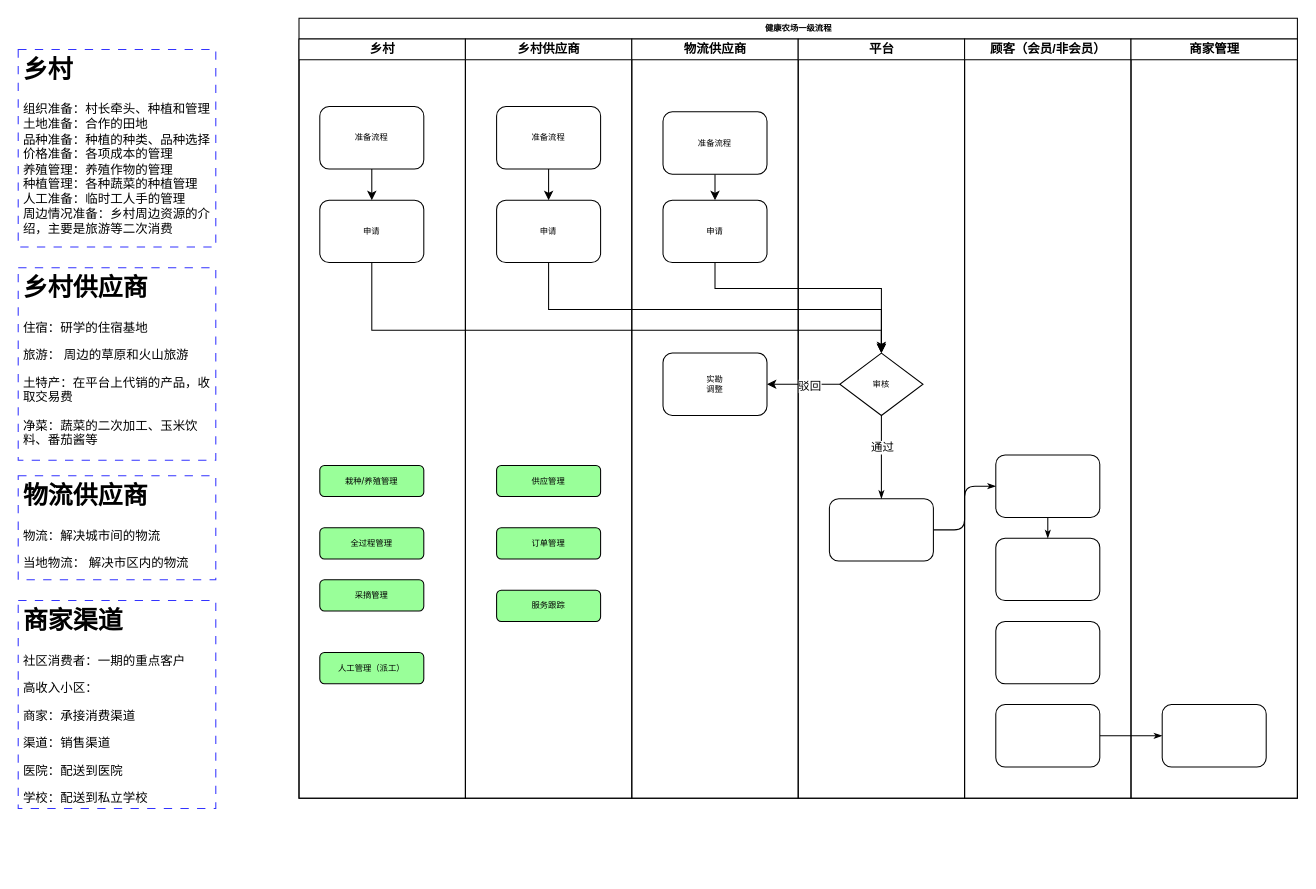
This is page "1---平台全流程" (1 of 6) of Graph/1---健康农场---全流程.drawio from ManGuo/HealthFarm, a draw.io file, before an edit. Source tidied: cells renumbered, new cells numbered last; positions are measured from the earlier drawing's top-left corner, leaving out a move shared by most shapes. Both pictures are drawn from the tidied source at 104%, with x=0, y=0 at pixel (18, 18).
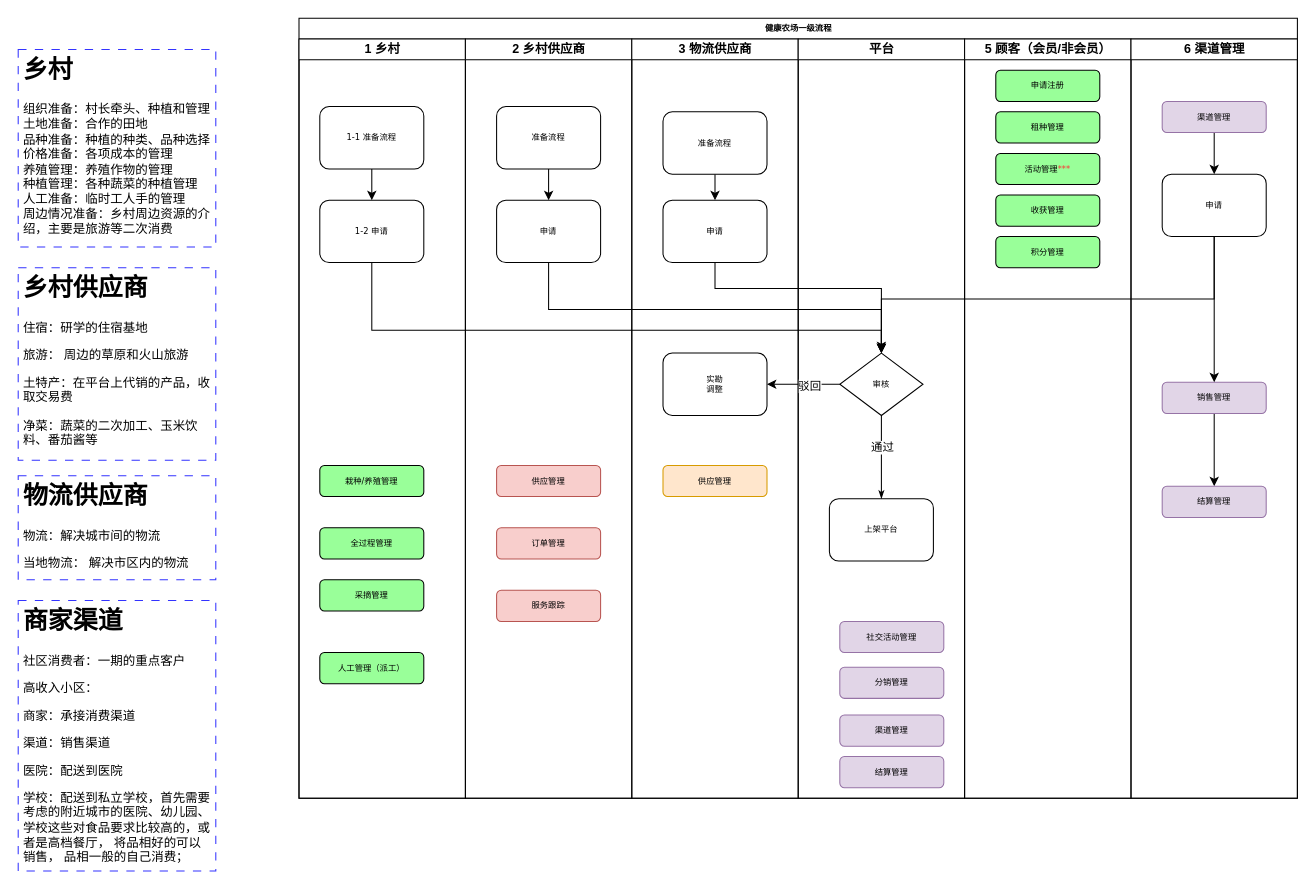
After the change.

Commit message:
更新1---健康农场---全流程.drawio

The change refers to these unchanged cells:
```xml
<mxCell id="2" value="健康农场一级流程" style="swimlane;html=1;startSize=20;rounded=0;shadow=0;labelBackgroundColor=none;strokeWidth=1;fontFamily=Verdana;fontSize=8;align=center;" parent="1" vertex="1">
  <mxGeometry x="270" width="960" height="750" as="geometry" />
</mxCell>
<mxCell id="26" value="平台" style="swimlane;html=1;startSize=20;" parent="2" vertex="1">
  <mxGeometry x="480" y="20" width="160" height="730" as="geometry" />
</mxCell>
<mxCell id="27" value="审核" style="rhombus;whiteSpace=wrap;html=1;rounded=0;shadow=0;labelBackgroundColor=none;strokeWidth=1;fontFamily=Verdana;fontSize=8;align=center;" parent="26" vertex="1">
  <mxGeometry x="40" y="302" width="80" height="60" as="geometry" />
</mxCell>
```

What changed in the source:
```diff
@@
-    <mxCell id="3" value="乡村" style="swimlane;html=1;startSize=20;" parent="2" vertex="1">
+    <mxCell id="3" value="1 乡村" style="swimlane;html=1;startSize=20;" parent="2" vertex="1">
       <mxGeometry y="20" width="160" height="730" as="geometry" />
     </mxCell>
@@
-    <mxCell id="5" value="准备流程" style="rounded=1;whiteSpace=wrap;html=1;shadow=0;labelBackgroundColor=none;strokeWidth=1;fontFamily=Verdana;fontSize=8;align=center;" parent="3" vertex="1">
+    <mxCell id="5" value="1-1 准备流程" style="rounded=1;whiteSpace=wrap;html=1;shadow=0;labelBackgroundColor=none;strokeWidth=1;fontFamily=Verdana;fontSize=8;align=center;" parent="3" vertex="1">
       <mxGeometry x="20" y="65" width="100" height="60" as="geometry" />
     </mxCell>
-    <mxCell id="6" value="申请" style="rounded=1;whiteSpace=wrap;html=1;shadow=0;labelBackgroundColor=none;strokeWidth=1;fontFamily=Verdana;fontSize=8;align=center;" parent="3" vertex="1">
+    <mxCell id="6" value="1-2 申请" style="rounded=1;whiteSpace=wrap;html=1;shadow=0;labelBackgroundColor=none;strokeWidth=1;fontFamily=Verdana;fontSize=8;align=center;" parent="3" vertex="1">
       <mxGeometry x="20" y="155" width="100" height="60" as="geometry" />
     </mxCell>
@@
-    <mxCell id="11" style="edgeStyle=orthogonalEdgeStyle;rounded=1;html=1;labelBackgroundColor=none;startArrow=none;startFill=0;startSize=5;endArrow=classicThin;endFill=1;endSize=5;jettySize=auto;strokeWidth=1;fontFamily=Verdana;fontSize=8;" parent="2" edge="1" source="35" target="38">
-      <mxGeometry relative="1" as="geometry" />
-    </mxCell>
-    <mxCell id="12" style="edgeStyle=orthogonalEdgeStyle;rounded=1;html=1;labelBackgroundColor=none;startArrow=none;startFill=0;startSize=5;endArrow=classicThin;endFill=1;endSize=5;jettySize=auto;strokeWidth=1;fontFamily=Verdana;fontSize=8;" parent="2" edge="1" source="28" target="32">
-      <mxGeometry relative="1" as="geometry" />
-    </mxCell>
-    <mxCell id="13" value="乡村供应商" style="swimlane;html=1;startSize=20;" parent="2" vertex="1">
+    <mxCell id="13" value="2 乡村供应商" style="swimlane;html=1;startSize=20;" parent="2" vertex="1">
       <mxGeometry x="160" y="20" width="160" height="730" as="geometry" />
     </mxCell>
@@
-    <mxCell id="17" value="供应管理" style="rounded=1;whiteSpace=wrap;html=1;shadow=0;labelBackgroundColor=none;strokeWidth=1;fontFamily=Verdana;fontSize=8;align=center;fillColor=#99FF99;" parent="13" vertex="1">
+    <mxCell id="17" value="供应管理" style="rounded=1;whiteSpace=wrap;html=1;shadow=0;labelBackgroundColor=none;strokeWidth=1;fontFamily=Verdana;fontSize=8;align=center;fillColor=#f8cecc;strokeColor=#b85450;" parent="13" vertex="1">
       <mxGeometry x="30" y="410" width="100" height="30" as="geometry" />
     </mxCell>
-    <mxCell id="18" value="订单管理" style="rounded=1;whiteSpace=wrap;html=1;shadow=0;labelBackgroundColor=none;strokeWidth=1;fontFamily=Verdana;fontSize=8;align=center;fillColor=#99FF99;" parent="13" vertex="1">
+    <mxCell id="18" value="订单管理" style="rounded=1;whiteSpace=wrap;html=1;shadow=0;labelBackgroundColor=none;strokeWidth=1;fontFamily=Verdana;fontSize=8;align=center;fillColor=#f8cecc;strokeColor=#b85450;" parent="13" vertex="1">
       <mxGeometry x="30" y="470" width="100" height="30" as="geometry" />
     </mxCell>
-    <mxCell id="19" value="服务跟踪" style="rounded=1;whiteSpace=wrap;html=1;shadow=0;labelBackgroundColor=none;strokeWidth=1;fontFamily=Verdana;fontSize=8;align=center;fillColor=#99FF99;" parent="13" vertex="1">
+    <mxCell id="19" value="服务跟踪" style="rounded=1;whiteSpace=wrap;html=1;shadow=0;labelBackgroundColor=none;strokeWidth=1;fontFamily=Verdana;fontSize=8;align=center;fillColor=#f8cecc;strokeColor=#b85450;" parent="13" vertex="1">
       <mxGeometry x="30" y="530" width="100" height="30" as="geometry" />
     </mxCell>
-    <mxCell id="20" value="物流供应商" style="swimlane;html=1;startSize=20;" parent="2" vertex="1">
+    <mxCell id="20" value="3 物流供应商" style="swimlane;html=1;startSize=20;" parent="2" vertex="1">
       <mxGeometry x="320" y="20" width="160" height="730" as="geometry" />
     </mxCell>
@@
+    <mxCell id="47" value="供应管理" style="rounded=1;whiteSpace=wrap;html=1;shadow=0;labelBackgroundColor=none;strokeWidth=1;fontFamily=Verdana;fontSize=8;align=center;fillColor=#ffe6cc;strokeColor=#d79b00;" parent="20" vertex="1">
+      <mxGeometry x="30" y="410" width="100" height="30" as="geometry" />
+    </mxCell>
@@
-    <mxCell id="28" style="rounded=1;whiteSpace=wrap;html=1;shadow=0;labelBackgroundColor=none;strokeWidth=1;fontFamily=Verdana;fontSize=8;align=center;" parent="26" vertex="1">
+    <mxCell id="28" value="上架平台" style="rounded=1;whiteSpace=wrap;html=1;shadow=0;labelBackgroundColor=none;strokeWidth=1;fontFamily=Verdana;fontSize=8;align=center;" parent="26" vertex="1">
       <mxGeometry x="30" y="442" width="100" height="60" as="geometry" />
     </mxCell>
@@
+    <mxCell id="48" value="社交活动管理" style="rounded=1;whiteSpace=wrap;html=1;shadow=0;labelBackgroundColor=none;strokeWidth=1;fontFamily=Verdana;fontSize=8;align=center;fillColor=#e1d5e7;strokeColor=#9673a6;" parent="26" vertex="1">
+      <mxGeometry x="40" y="560" width="100" height="30" as="geometry" />
+    </mxCell>
+    <mxCell id="49" value="分销管理" style="rounded=1;whiteSpace=wrap;html=1;shadow=0;labelBackgroundColor=none;strokeWidth=1;fontFamily=Verdana;fontSize=8;align=center;fillColor=#e1d5e7;strokeColor=#9673a6;" parent="26" vertex="1">
+      <mxGeometry x="40" y="604" width="100" height="30" as="geometry" />
+    </mxCell>
+    <mxCell id="50" value="渠道管理" style="rounded=1;whiteSpace=wrap;html=1;shadow=0;labelBackgroundColor=none;strokeWidth=1;fontFamily=Verdana;fontSize=8;align=center;fillColor=#e1d5e7;strokeColor=#9673a6;" parent="26" vertex="1">
+      <mxGeometry x="40" y="650" width="100" height="30" as="geometry" />
+    </mxCell>
+    <mxCell id="51" value="结算管理" style="rounded=1;whiteSpace=wrap;html=1;shadow=0;labelBackgroundColor=none;strokeWidth=1;fontFamily=Verdana;fontSize=8;align=center;fillColor=#e1d5e7;strokeColor=#9673a6;" parent="26" vertex="1">
+      <mxGeometry x="40" y="690" width="100" height="30" as="geometry" />
+    </mxCell>
-    <mxCell id="31" value="顾客（会员/非会员）" style="swimlane;html=1;startSize=20;" parent="2" vertex="1">
+    <mxCell id="31" value="5 顾客（会员/非会员）" style="swimlane;html=1;startSize=20;" parent="2" vertex="1">
       <mxGeometry x="640" y="20" width="160" height="730" as="geometry" />
     </mxCell>
-    <mxCell id="32" style="rounded=1;whiteSpace=wrap;html=1;shadow=0;labelBackgroundColor=none;strokeWidth=1;fontFamily=Verdana;fontSize=8;align=center;" parent="31" vertex="1">
-      <mxGeometry x="30" y="400" width="100" height="60" as="geometry" />
-    </mxCell>
-    <mxCell id="33" style="rounded=1;whiteSpace=wrap;html=1;shadow=0;labelBackgroundColor=none;strokeWidth=1;fontFamily=Verdana;fontSize=8;align=center;" parent="31" vertex="1">
-      <mxGeometry x="30" y="480" width="100" height="60" as="geometry" />
-    </mxCell>
-    <mxCell id="34" style="rounded=1;whiteSpace=wrap;html=1;shadow=0;labelBackgroundColor=none;strokeWidth=1;fontFamily=Verdana;fontSize=8;align=center;" parent="31" vertex="1">
-      <mxGeometry x="30" y="560" width="100" height="60" as="geometry" />
-    </mxCell>
-    <mxCell id="35" style="rounded=1;whiteSpace=wrap;html=1;shadow=0;labelBackgroundColor=none;strokeWidth=1;fontFamily=Verdana;fontSize=8;align=center;" parent="31" vertex="1">
-      <mxGeometry x="30" y="640" width="100" height="60" as="geometry" />
-    </mxCell>
-    <mxCell id="36" style="edgeStyle=orthogonalEdgeStyle;rounded=1;html=1;labelBackgroundColor=none;startArrow=none;startFill=0;startSize=5;endArrow=classicThin;endFill=1;endSize=5;jettySize=auto;strokeWidth=1;fontFamily=Verdana;fontSize=8;" parent="31" edge="1" source="32" target="33">
-      <mxGeometry relative="1" as="geometry" />
-    </mxCell>
+    <mxCell id="52" value="申请注册" style="rounded=1;whiteSpace=wrap;html=1;shadow=0;labelBackgroundColor=none;strokeWidth=1;fontFamily=Verdana;fontSize=8;align=center;fillColor=#99FF99;" parent="31" vertex="1">
+      <mxGeometry x="30" y="30" width="100" height="30" as="geometry" />
+    </mxCell>
+    <mxCell id="53" value="租种管理" style="rounded=1;whiteSpace=wrap;html=1;shadow=0;labelBackgroundColor=none;strokeWidth=1;fontFamily=Verdana;fontSize=8;align=center;fillColor=#99FF99;" parent="31" vertex="1">
+      <mxGeometry x="30" y="70" width="100" height="30" as="geometry" />
+    </mxCell>
+    <mxCell id="54" value="活动管理&lt;font color=&quot;#ff3333&quot;&gt;***&lt;/font&gt;" style="rounded=1;whiteSpace=wrap;html=1;shadow=0;labelBackgroundColor=none;strokeWidth=1;fontFamily=Verdana;fontSize=8;align=center;fillColor=#99FF99;" parent="31" vertex="1">
+      <mxGeometry x="30" y="110" width="100" height="30" as="geometry" />
+    </mxCell>
+    <mxCell id="55" value="收获管理" style="rounded=1;whiteSpace=wrap;html=1;shadow=0;labelBackgroundColor=none;strokeWidth=1;fontFamily=Verdana;fontSize=8;align=center;fillColor=#99FF99;" parent="31" vertex="1">
+      <mxGeometry x="30" y="150" width="100" height="30" as="geometry" />
+    </mxCell>
+    <mxCell id="56" value="积分管理" style="rounded=1;whiteSpace=wrap;html=1;shadow=0;labelBackgroundColor=none;strokeWidth=1;fontFamily=Verdana;fontSize=8;align=center;fillColor=#99FF99;" parent="31" vertex="1">
+      <mxGeometry x="30" y="190" width="100" height="30" as="geometry" />
+    </mxCell>
-    <mxCell id="37" value="商家管理" style="swimlane;html=1;startSize=20;" parent="2" vertex="1">
+    <mxCell id="37" value="6 渠道管理" style="swimlane;html=1;startSize=20;" parent="2" vertex="1">
       <mxGeometry x="800" y="20" width="160" height="730" as="geometry" />
     </mxCell>
-    <mxCell id="38" style="rounded=1;whiteSpace=wrap;html=1;shadow=0;labelBackgroundColor=none;strokeWidth=1;fontFamily=Verdana;fontSize=8;align=center;" parent="37" vertex="1">
-      <mxGeometry x="30" y="640" width="100" height="60" as="geometry" />
-    </mxCell>
+    <mxCell id="57" style="edgeStyle=orthogonalEdgeStyle;rounded=0;jettySize=auto;html=1;" parent="37" edge="1" source="58" target="63">
+      <mxGeometry relative="1" as="geometry" />
+    </mxCell>
+    <mxCell id="58" value="渠道管理" style="rounded=1;whiteSpace=wrap;html=1;shadow=0;labelBackgroundColor=none;strokeWidth=1;fontFamily=Verdana;fontSize=8;align=center;fillColor=#e1d5e7;strokeColor=#9673a6;" parent="37" vertex="1">
+      <mxGeometry x="30" y="60" width="100" height="30" as="geometry" />
+    </mxCell>
+    <mxCell id="59" style="edgeStyle=orthogonalEdgeStyle;rounded=0;jettySize=auto;html=1;" parent="37" edge="1" source="60" target="61">
+      <mxGeometry relative="1" as="geometry" />
+    </mxCell>
+    <mxCell id="60" value="销售管理" style="rounded=1;whiteSpace=wrap;html=1;shadow=0;labelBackgroundColor=none;strokeWidth=1;fontFamily=Verdana;fontSize=8;align=center;fillColor=#e1d5e7;strokeColor=#9673a6;" parent="37" vertex="1">
+      <mxGeometry x="30" y="330" width="100" height="30" as="geometry" />
+    </mxCell>
+    <mxCell id="61" value="结算管理" style="rounded=1;whiteSpace=wrap;html=1;shadow=0;labelBackgroundColor=none;strokeWidth=1;fontFamily=Verdana;fontSize=8;align=center;fillColor=#e1d5e7;strokeColor=#9673a6;" parent="37" vertex="1">
+      <mxGeometry x="30" y="430" width="100" height="30" as="geometry" />
+    </mxCell>
+    <mxCell id="62" style="edgeStyle=orthogonalEdgeStyle;rounded=0;jettySize=auto;html=1;entryX=0.5;entryY=0;entryDx=0;entryDy=0;" parent="37" edge="1" source="63" target="60">
+      <mxGeometry relative="1" as="geometry" />
+    </mxCell>
+    <mxCell id="63" value="申请" style="rounded=1;whiteSpace=wrap;html=1;shadow=0;labelBackgroundColor=none;strokeWidth=1;fontFamily=Verdana;fontSize=8;align=center;" parent="37" vertex="1">
+      <mxGeometry x="30" y="130" width="100" height="60" as="geometry" />
+    </mxCell>
@@
+    <mxCell id="64" style="edgeStyle=orthogonalEdgeStyle;rounded=0;jettySize=auto;html=1;entryX=0.5;entryY=0;entryDx=0;entryDy=0;" parent="2" edge="1" source="63" target="27">
+      <mxGeometry relative="1" as="geometry">
+        <Array as="points">
+          <mxPoint x="880" y="270" />
+          <mxPoint x="560" y="270" />
+        </Array>
+      </mxGeometry>
+    </mxCell>
@@
-    <mxCell id="46" value="&lt;h1&gt;商家渠道&lt;/h1&gt;&lt;p&gt;社区消费者：一期的重点客户&lt;/p&gt;&lt;p&gt;高收入小区：&lt;/p&gt;&lt;p&gt;商家：承接消费渠道&lt;/p&gt;&lt;p&gt;渠道：销售渠道&lt;/p&gt;&lt;p&gt;&lt;span style=&quot;background-color: initial;&quot;&gt;医院：配送到医院&lt;/span&gt;&lt;br&gt;&lt;/p&gt;&lt;p&gt;学校：配送到私立学校&lt;/p&gt;" style="text;html=1;strokeColor=#3333FF;fillColor=none;spacing=5;spacingTop=-20;whiteSpace=wrap;overflow=hidden;rounded=0;dashed=1;dashPattern=8 8;" parent="1" vertex="1">
-      <mxGeometry y="560" width="190" height="200" as="geometry" />
+    <mxCell id="46" value="&lt;h1&gt;商家渠道&lt;/h1&gt;&lt;p&gt;社区消费者：一期的重点客户&lt;/p&gt;&lt;p&gt;高收入小区：&lt;/p&gt;&lt;p&gt;商家：承接消费渠道&lt;/p&gt;&lt;p&gt;渠道：销售渠道&lt;/p&gt;&lt;p&gt;&lt;span style=&quot;background-color: initial;&quot;&gt;医院：配送到医院&lt;/span&gt;&lt;br&gt;&lt;/p&gt;&lt;p&gt;学校：配送到私立学校，首先需要考虑的附近城市的医院、幼儿园、学校这些对食品要求比较高的，或者是高档餐厅， 将品相好的可以销售， 品相一般的自己消费；&lt;/p&gt;&lt;div class=&quot;mind-clipboard&quot;&gt;&lt;div&gt;&lt;br&gt;&lt;/div&gt;&lt;/div&gt;" style="text;html=1;strokeColor=#3333FF;fillColor=none;spacing=5;spacingTop=-20;whiteSpace=wrap;overflow=hidden;rounded=0;dashed=1;dashPattern=8 8;" parent="1" vertex="1">
+      <mxGeometry y="560" width="190" height="260" as="geometry" />
     </mxCell>
```
